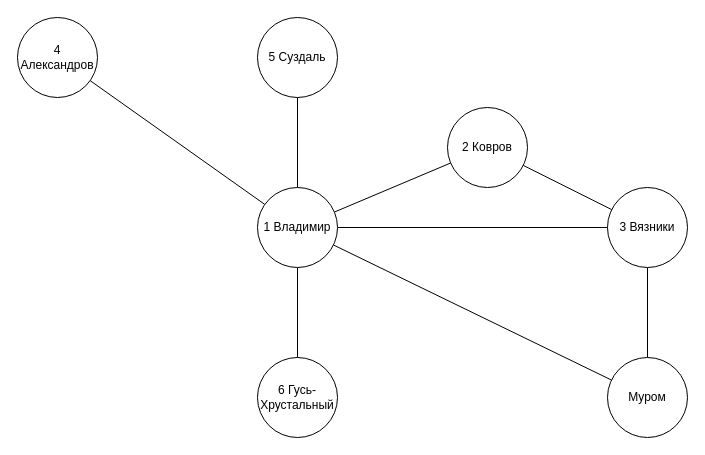
Above: route_map.drawio in vehicle-aggregator/docs (draw.io), before the change. Source tidied: cells renumbered, new cells numbered last; positions are measured from the earlier drawing's top-left corner, leaving out a move shared by most shapes. Both pictures are drawn from the tidied source at 100%, with x=0, y=0 at pixel (17, 17).
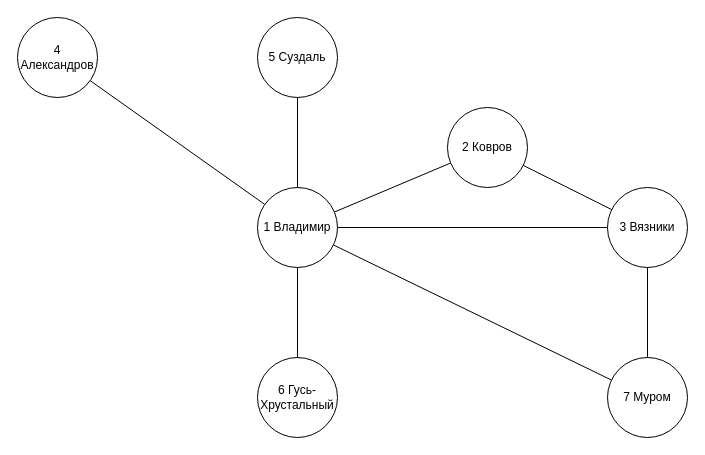
Above is the later version.

Change to the diagram source:
```diff
@@
 <mxGraphModel>
   <root>
     <mxCell id="0" />
     <mxCell id="1" parent="0" />
     <mxCell id="2" style="edgeStyle=orthogonalEdgeStyle;rounded=0;jettySize=auto;html=1;endArrow=none;endFill=0;" parent="1" edge="1" source="7" target="11">
       <mxGeometry relative="1" as="geometry" />
     </mxCell>
     <mxCell id="3" style="rounded=0;jettySize=auto;html=1;endArrow=none;endFill=0;" parent="1" edge="1" source="7" target="9">
       <mxGeometry relative="1" as="geometry" />
     </mxCell>
     <mxCell id="4" style="edgeStyle=none;rounded=0;jettySize=auto;html=1;endArrow=none;endFill=0;" parent="1" edge="1" source="7" target="13">
       <mxGeometry relative="1" as="geometry" />
     </mxCell>
     <mxCell id="5" style="edgeStyle=none;rounded=0;jettySize=auto;html=1;endArrow=none;endFill=0;" parent="1" edge="1" source="7" target="12">
       <mxGeometry relative="1" as="geometry" />
     </mxCell>
     <mxCell id="6" style="edgeStyle=none;rounded=0;jettySize=auto;html=1;endArrow=none;endFill=0;" parent="1" edge="1" source="7" target="14">
       <mxGeometry relative="1" as="geometry" />
     </mxCell>
     <mxCell id="7" value="1 Владимир" style="ellipse;whiteSpace=wrap;html=1;" parent="1" vertex="1">
       <mxGeometry x="240" y="170" width="80" height="80" as="geometry" />
     </mxCell>
     <mxCell id="8" style="edgeStyle=none;rounded=0;jettySize=auto;html=1;endArrow=none;endFill=0;" parent="1" edge="1" source="9" target="11">
       <mxGeometry relative="1" as="geometry" />
     </mxCell>
     <mxCell id="9" value="2 Ковров" style="ellipse;whiteSpace=wrap;html=1;" parent="1" vertex="1">
       <mxGeometry x="430" y="90" width="80" height="80" as="geometry" />
     </mxCell>
     <mxCell id="10" style="edgeStyle=none;rounded=0;jettySize=auto;html=1;endArrow=none;endFill=0;" parent="1" edge="1" source="11" target="16">
       <mxGeometry relative="1" as="geometry" />
     </mxCell>
     <mxCell id="11" value="3 Вязники" style="ellipse;whiteSpace=wrap;html=1;" parent="1" vertex="1">
       <mxGeometry x="590" y="170" width="80" height="80" as="geometry" />
     </mxCell>
     <mxCell id="12" value="4 Александров" style="ellipse;whiteSpace=wrap;html=1;" parent="1" vertex="1">
       <mxGeometry width="80" height="80" as="geometry" />
     </mxCell>
     <mxCell id="13" value="5 Суздаль" style="ellipse;whiteSpace=wrap;html=1;" parent="1" vertex="1">
       <mxGeometry x="240" width="80" height="80" as="geometry" />
     </mxCell>
     <mxCell id="14" value="6 Гусь-Хрустальный" style="ellipse;whiteSpace=wrap;html=1;" parent="1" vertex="1">
       <mxGeometry x="240" y="340" width="80" height="80" as="geometry" />
     </mxCell>
     <mxCell id="15" style="edgeStyle=none;rounded=0;jettySize=auto;html=1;endArrow=none;endFill=0;" parent="1" edge="1" source="16" target="7">
       <mxGeometry relative="1" as="geometry" />
     </mxCell>
-    <mxCell id="16" value="Муром" style="ellipse;whiteSpace=wrap;html=1;" parent="1" vertex="1">
+    <mxCell id="16" value="7 Муром" style="ellipse;whiteSpace=wrap;html=1;" parent="1" vertex="1">
       <mxGeometry x="590" y="340" width="80" height="80" as="geometry" />
     </mxCell>
   </root>
 </mxGraphModel>
```
